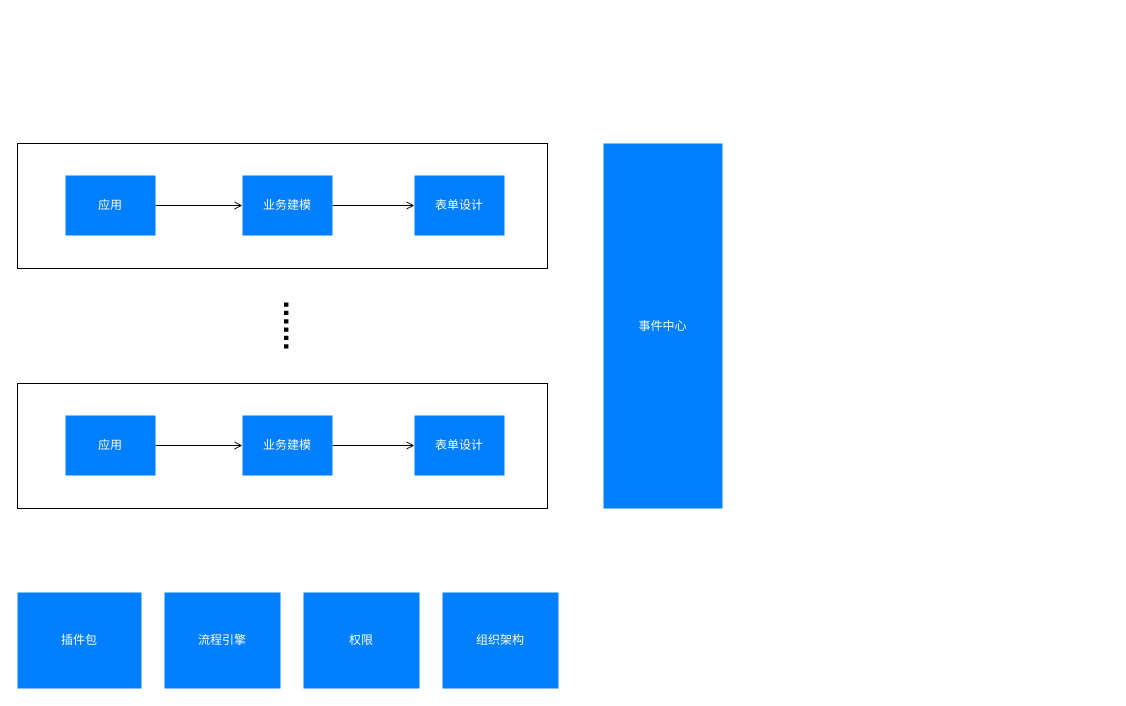
Earlier version of the draw.io diagram docs/LCDP.drawio (lokiworks/codebase). Source tidied: cells renumbered, new cells numbered last; positions are measured from the earlier drawing's top-left corner, leaving out a move shared by most shapes. Both pictures are drawn from the tidied source at 100%, with x=0, y=0 at pixel (17, 143).
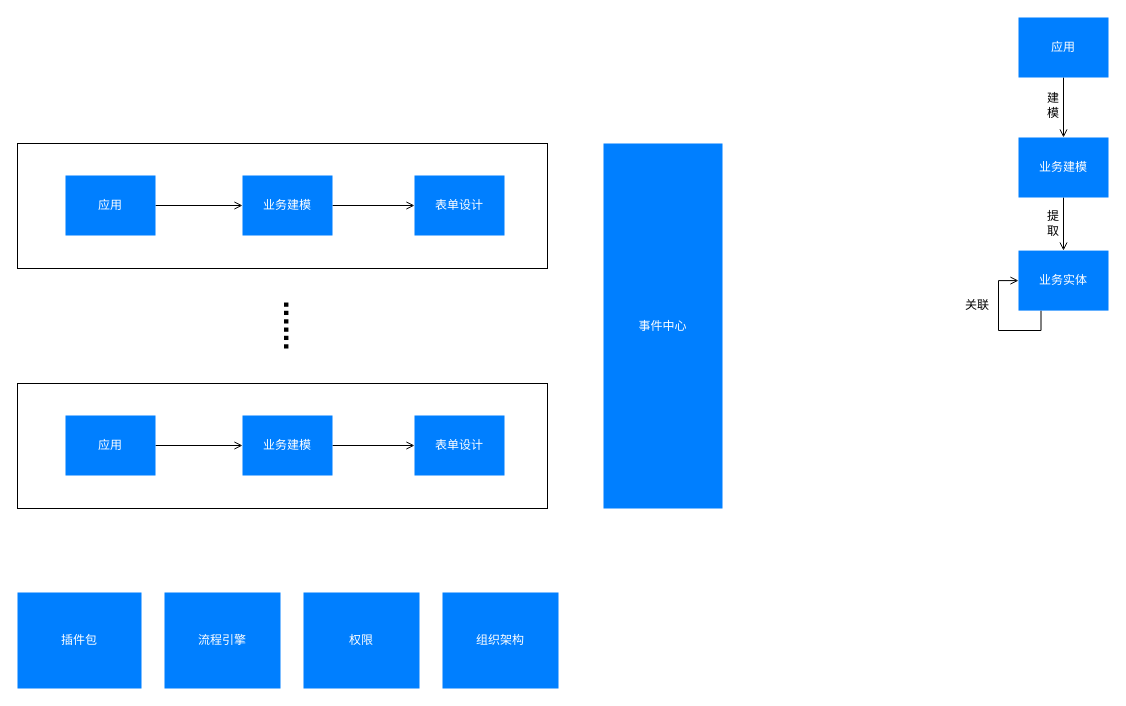
Above is the later version.

Change to the diagram source:
```diff
@@
+    <mxCell id="20" style="edgeStyle=orthogonalEdgeStyle;rounded=0;jettySize=auto;html=1;exitX=0.5;exitY=1;exitDx=0;exitDy=0;endArrow=open;endFill=0;" parent="1" edge="1" source="21" target="23">
+      <mxGeometry relative="1" as="geometry" />
+    </mxCell>
+    <mxCell id="21" value="&lt;font color=&quot;#ffffff&quot;&gt;业务建模&lt;/font&gt;" style="rounded=0;whiteSpace=wrap;html=1;fillColor=#007FFF;strokeColor=none;" parent="1" vertex="1">
+      <mxGeometry x="1001" y="-6" width="90" height="60" as="geometry" />
+    </mxCell>
+    <mxCell id="22" style="edgeStyle=orthogonalEdgeStyle;rounded=0;orthogonalLoop=1;jettySize=auto;html=1;endArrow=open;endFill=0;entryX=0;entryY=0.5;entryDx=0;entryDy=0;exitX=0.25;exitY=1;exitDx=0;exitDy=0;" parent="1" edge="1" source="23" target="23">
+      <mxGeometry relative="1" as="geometry">
+        <Array as="points">
+          <mxPoint x="1024" y="187" />
+          <mxPoint x="981" y="187" />
+          <mxPoint x="981" y="137" />
+        </Array>
+      </mxGeometry>
+    </mxCell>
+    <mxCell id="23" value="&lt;font color=&quot;#ffffff&quot;&gt;业务实体&lt;/font&gt;" style="rounded=0;whiteSpace=wrap;html=1;fillColor=#007FFF;strokeColor=none;" parent="1" vertex="1">
+      <mxGeometry x="1001" y="107.1" width="90" height="60" as="geometry" />
+    </mxCell>
+    <mxCell id="24" value="提取" style="text;html=1;strokeColor=none;fillColor=none;align=center;verticalAlign=middle;whiteSpace=wrap;rounded=0;" parent="1" vertex="1">
+      <mxGeometry x="1027" y="54" width="18" height="51" as="geometry" />
+    </mxCell>
+    <mxCell id="25" value="关联" style="text;html=1;strokeColor=none;fillColor=none;align=center;verticalAlign=middle;whiteSpace=wrap;rounded=0;" parent="1" vertex="1">
+      <mxGeometry x="944" y="148" width="32" height="27" as="geometry" />
+    </mxCell>
+    <mxCell id="26" style="edgeStyle=orthogonalEdgeStyle;rounded=0;jettySize=auto;html=1;entryX=0.5;entryY=0;entryDx=0;entryDy=0;endArrow=open;endFill=0;" parent="1" edge="1" source="27" target="21">
+      <mxGeometry relative="1" as="geometry" />
+    </mxCell>
+    <mxCell id="27" value="&lt;font color=&quot;#ffffff&quot;&gt;应用&lt;/font&gt;" style="rounded=0;whiteSpace=wrap;html=1;fillColor=#007FFF;strokeColor=none;" parent="1" vertex="1">
+      <mxGeometry x="1001" y="-126" width="90" height="60" as="geometry" />
+    </mxCell>
+    <mxCell id="28" value="建模" style="text;html=1;strokeColor=none;fillColor=none;align=center;verticalAlign=middle;whiteSpace=wrap;rounded=0;" parent="1" vertex="1">
+      <mxGeometry x="1027" y="-64" width="18" height="51" as="geometry" />
+    </mxCell>
```
